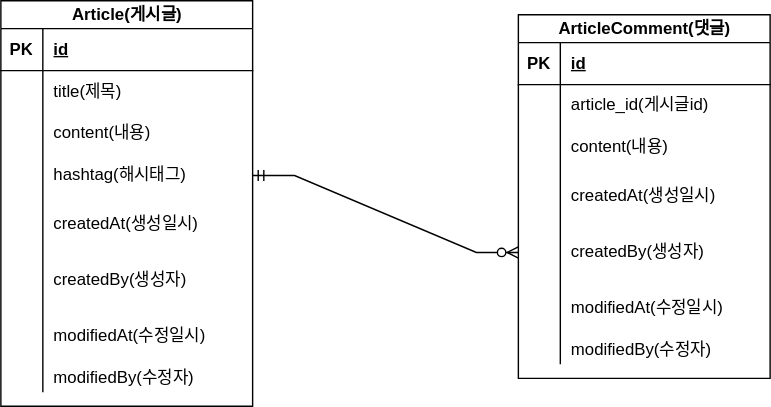
This is project-board-erd.svg from BusanDongHyeon/fastcampus-project-board, a draw.io export, as it was before one commit. Source tidied: cells renumbered, new cells last; positions are measured from the earlier drawing's top-left corner, leaving out a move shared by most shapes.
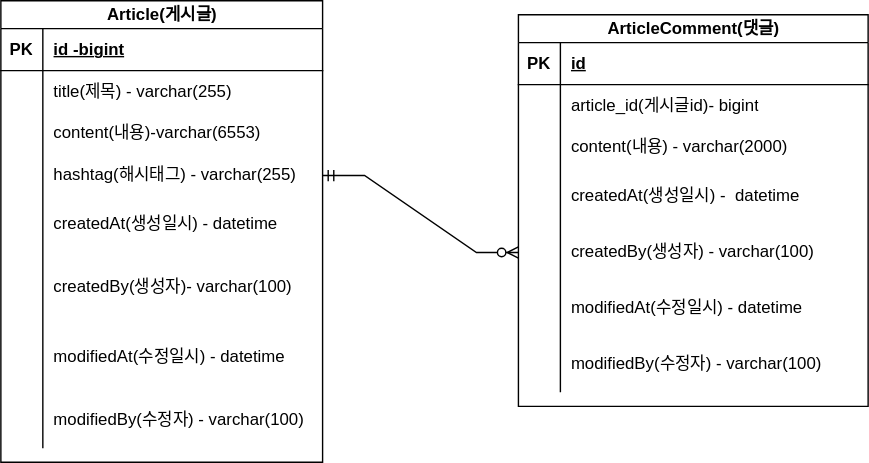
Above is the later version.

What changed in the source:
```diff
@@ -3,145 +3,145 @@
     <mxCell id="0" />
     <mxCell id="1" parent="0" />
     <mxCell id="2" value="Article(게시글)" style="shape=table;startSize=20;rowLines=0;fontStyle=1;align=center;html=1;" parent="1" vertex="1">
-      <mxGeometry width="180" height="290" as="geometry" />
+      <mxGeometry width="230" height="330" as="geometry" />
     </mxCell>
     <mxCell id="3" style="shape=tableRow;horizontal=0;startSize=0;swimlaneHead=0;swimlaneBody=0;fillColor=none;top=0;left=0;right=0;bottom=1;" parent="2" vertex="1">
-      <mxGeometry y="20" width="180" height="30" as="geometry" />
+      <mxGeometry y="20" width="230" height="30" as="geometry" />
     </mxCell>
     <mxCell id="4" value="PK" style="shape=partialRectangle;fillColor=none;top=0;left=0;bottom=0;right=0;fontStyle=1;overflow=hidden;whiteSpace=wrap;html=1;" parent="3" vertex="1">
       <mxGeometry width="30" height="30" as="geometry" />
     </mxCell>
-    <mxCell id="5" value="id" style="shape=partialRectangle;fillColor=none;top=0;left=0;bottom=0;right=0;align=left;spacingLeft=6;fontStyle=5;overflow=hidden;whiteSpace=wrap;html=1;" parent="3" vertex="1">
-      <mxGeometry x="30" width="150" height="30" as="geometry" />
+    <mxCell id="5" value="id -bigint" style="shape=partialRectangle;fillColor=none;top=0;left=0;bottom=0;right=0;align=left;spacingLeft=6;fontStyle=5;overflow=hidden;whiteSpace=wrap;html=1;" parent="3" vertex="1">
+      <mxGeometry x="30" width="200" height="30" as="geometry" />
     </mxCell>
     <mxCell id="6" style="shape=tableRow;horizontal=0;startSize=0;swimlaneHead=0;swimlaneBody=0;fillColor=none;top=0;left=0;right=0;bottom=0;" parent="2" vertex="1">
-      <mxGeometry y="50" width="180" height="30" as="geometry" />
+      <mxGeometry y="50" width="230" height="30" as="geometry" />
     </mxCell>
     <mxCell id="7" style="shape=partialRectangle;fillColor=none;top=0;left=0;bottom=0;right=0;overflow=hidden;whiteSpace=wrap;html=1;" parent="6" vertex="1">
       <mxGeometry width="30" height="30" as="geometry" />
     </mxCell>
-    <mxCell id="8" value="title(제목)" style="shape=partialRectangle;fillColor=none;top=0;left=0;bottom=0;right=0;align=left;spacingLeft=6;overflow=hidden;whiteSpace=wrap;html=1;" parent="6" vertex="1">
-      <mxGeometry x="30" width="150" height="30" as="geometry" />
+    <mxCell id="8" value="title(제목) - varchar(255)" style="shape=partialRectangle;fillColor=none;top=0;left=0;bottom=0;right=0;align=left;spacingLeft=6;overflow=hidden;whiteSpace=wrap;html=1;strokeColor=default;" parent="6" vertex="1">
+      <mxGeometry x="30" width="200" height="30" as="geometry" />
     </mxCell>
     <mxCell id="9" style="shape=tableRow;horizontal=0;startSize=0;swimlaneHead=0;swimlaneBody=0;fillColor=none;top=0;left=0;right=0;bottom=0;" parent="2" vertex="1">
-      <mxGeometry y="80" width="180" height="30" as="geometry" />
+      <mxGeometry y="80" width="230" height="30" as="geometry" />
     </mxCell>
     <mxCell id="10" style="shape=partialRectangle;fillColor=none;top=0;left=0;bottom=0;right=0;overflow=hidden;whiteSpace=wrap;html=1;" parent="9" vertex="1">
       <mxGeometry width="30" height="30" as="geometry" />
     </mxCell>
-    <mxCell id="11" value="content(내용)" style="shape=partialRectangle;fillColor=none;top=0;left=0;bottom=0;right=0;align=left;spacingLeft=6;overflow=hidden;whiteSpace=wrap;html=1;" parent="9" vertex="1">
-      <mxGeometry x="30" width="150" height="30" as="geometry" />
+    <mxCell id="11" value="content(내용)-varchar(6553)" style="shape=partialRectangle;fillColor=none;top=0;left=0;bottom=0;right=0;align=left;spacingLeft=6;overflow=hidden;whiteSpace=wrap;html=1;strokeColor=default;" parent="9" vertex="1">
+      <mxGeometry x="30" width="200" height="30" as="geometry" />
     </mxCell>
     <mxCell id="12" style="shape=tableRow;horizontal=0;startSize=0;swimlaneHead=0;swimlaneBody=0;fillColor=none;points=[[0,0.5],[1,0.5]];portConstraint=eastwest;top=0;left=0;right=0;bottom=0;" parent="2" vertex="1">
-      <mxGeometry y="110" width="180" height="30" as="geometry" />
+      <mxGeometry y="110" width="230" height="30" as="geometry" />
     </mxCell>
     <mxCell id="13" style="shape=partialRectangle;fillColor=none;top=0;left=0;bottom=0;right=0;overflow=hidden;whiteSpace=wrap;html=1;" parent="12" vertex="1">
       <mxGeometry width="30" height="30" as="geometry" />
     </mxCell>
-    <mxCell id="14" value="hashtag(해시태그)" style="shape=partialRectangle;fillColor=none;top=0;left=0;bottom=0;right=0;align=left;spacingLeft=6;overflow=hidden;whiteSpace=wrap;html=1;" parent="12" vertex="1">
-      <mxGeometry x="30" width="150" height="30" as="geometry" />
+    <mxCell id="14" value="hashtag(해시태그) - varchar(255)" style="shape=partialRectangle;fillColor=none;top=0;left=0;bottom=0;right=0;align=left;spacingLeft=6;overflow=hidden;whiteSpace=wrap;html=1;" parent="12" vertex="1">
+      <mxGeometry x="30" width="200" height="30" as="geometry" />
     </mxCell>
     <mxCell id="15" style="shape=tableRow;horizontal=0;startSize=0;swimlaneHead=0;swimlaneBody=0;fillColor=none;top=0;left=0;right=0;bottom=0;" parent="2" vertex="1">
-      <mxGeometry y="140" width="180" height="40" as="geometry" />
+      <mxGeometry y="140" width="230" height="40" as="geometry" />
     </mxCell>
     <mxCell id="16" style="shape=partialRectangle;fillColor=none;top=0;left=0;bottom=0;right=0;overflow=hidden;whiteSpace=wrap;html=1;" parent="15" vertex="1">
       <mxGeometry width="30" height="40" as="geometry" />
     </mxCell>
-    <mxCell id="17" value="createdAt(생성일시)" style="shape=partialRectangle;fillColor=none;top=0;left=0;bottom=0;right=0;align=left;spacingLeft=6;overflow=hidden;whiteSpace=wrap;html=1;" parent="15" vertex="1">
-      <mxGeometry x="30" width="150" height="40" as="geometry" />
+    <mxCell id="17" value="createdAt(생성일시) - datetime" style="shape=partialRectangle;fillColor=none;top=0;left=0;bottom=0;right=0;align=left;spacingLeft=6;overflow=hidden;whiteSpace=wrap;html=1;strokeColor=default;" parent="15" vertex="1">
+      <mxGeometry x="30" width="200" height="40" as="geometry" />
     </mxCell>
     <mxCell id="18" style="shape=tableRow;horizontal=0;startSize=0;swimlaneHead=0;swimlaneBody=0;fillColor=none;top=0;left=0;right=0;bottom=0;" parent="2" vertex="1">
-      <mxGeometry y="180" width="180" height="40" as="geometry" />
+      <mxGeometry y="180" width="230" height="50" as="geometry" />
     </mxCell>
     <mxCell id="19" style="shape=partialRectangle;fillColor=none;top=0;left=0;bottom=0;right=0;overflow=hidden;whiteSpace=wrap;html=1;" parent="18" vertex="1">
-      <mxGeometry width="30" height="40" as="geometry" />
+      <mxGeometry width="30" height="50" as="geometry" />
     </mxCell>
-    <mxCell id="20" value="createdBy(생성자)" style="shape=partialRectangle;fillColor=none;top=0;left=0;bottom=0;right=0;align=left;spacingLeft=6;overflow=hidden;whiteSpace=wrap;html=1;" parent="18" vertex="1">
-      <mxGeometry x="30" width="150" height="40" as="geometry" />
+    <mxCell id="20" value="createdBy(생성자)- varchar(100)" style="shape=partialRectangle;fillColor=none;top=0;left=0;bottom=0;right=0;align=left;spacingLeft=6;overflow=hidden;whiteSpace=wrap;html=1;strokeColor=default;" parent="18" vertex="1">
+      <mxGeometry x="30" width="200" height="50" as="geometry" />
     </mxCell>
     <mxCell id="21" style="shape=tableRow;horizontal=0;startSize=0;swimlaneHead=0;swimlaneBody=0;fillColor=none;top=0;left=0;right=0;bottom=0;" parent="2" vertex="1">
-      <mxGeometry y="220" width="180" height="40" as="geometry" />
+      <mxGeometry y="230" width="230" height="50" as="geometry" />
     </mxCell>
     <mxCell id="22" style="shape=partialRectangle;fillColor=none;top=0;left=0;bottom=0;right=0;overflow=hidden;whiteSpace=wrap;html=1;" parent="21" vertex="1">
-      <mxGeometry width="30" height="40" as="geometry" />
+      <mxGeometry width="30" height="50" as="geometry" />
     </mxCell>
-    <mxCell id="23" value="modifiedAt(수정일시)" style="shape=partialRectangle;fillColor=none;top=0;left=0;bottom=0;right=0;align=left;spacingLeft=6;overflow=hidden;whiteSpace=wrap;html=1;" parent="21" vertex="1">
-      <mxGeometry x="30" width="150" height="40" as="geometry" />
+    <mxCell id="23" value="modifiedAt(수정일시) - datetime" style="shape=partialRectangle;fillColor=none;top=0;left=0;bottom=0;right=0;align=left;spacingLeft=6;overflow=hidden;whiteSpace=wrap;html=1;strokeColor=default;" parent="21" vertex="1">
+      <mxGeometry x="30" width="200" height="50" as="geometry" />
     </mxCell>
     <mxCell id="24" style="shape=tableRow;horizontal=0;startSize=0;swimlaneHead=0;swimlaneBody=0;fillColor=none;top=0;left=0;right=0;bottom=0;" parent="2" vertex="1">
-      <mxGeometry y="260" width="180" height="20" as="geometry" />
+      <mxGeometry y="280" width="230" height="40" as="geometry" />
     </mxCell>
     <mxCell id="25" style="shape=partialRectangle;fillColor=none;top=0;left=0;bottom=0;right=0;overflow=hidden;whiteSpace=wrap;html=1;" parent="24" vertex="1">
-      <mxGeometry width="30" height="20" as="geometry" />
+      <mxGeometry width="30" height="40" as="geometry" />
     </mxCell>
-    <mxCell id="26" value="modifiedBy(수정자)" style="shape=partialRectangle;fillColor=none;top=0;left=0;bottom=0;right=0;align=left;spacingLeft=6;overflow=hidden;whiteSpace=wrap;html=1;" parent="24" vertex="1">
-      <mxGeometry x="30" width="150" height="20" as="geometry" />
+    <mxCell id="26" value="modifiedBy(수정자) - varchar(100)" style="shape=partialRectangle;fillColor=none;top=0;left=0;bottom=0;right=0;align=left;spacingLeft=6;overflow=hidden;whiteSpace=wrap;html=1;strokeColor=default;" parent="24" vertex="1">
+      <mxGeometry x="30" width="200" height="40" as="geometry" />
     </mxCell>
     <mxCell id="27" value="ArticleComment(댓글)" style="shape=table;startSize=20;rowLines=0;fontStyle=1;align=center;html=1;" parent="1" vertex="1">
-      <mxGeometry x="370" y="10" width="180" height="260" as="geometry" />
+      <mxGeometry x="370" y="10" width="250" height="280" as="geometry" />
     </mxCell>
     <mxCell id="28" style="shape=tableRow;horizontal=0;startSize=0;swimlaneHead=0;swimlaneBody=0;fillColor=none;top=0;left=0;right=0;bottom=1;" parent="27" vertex="1">
-      <mxGeometry y="20" width="180" height="30" as="geometry" />
+      <mxGeometry y="20" width="250" height="30" as="geometry" />
     </mxCell>
     <mxCell id="29" value="PK" style="shape=partialRectangle;fillColor=none;top=0;left=0;bottom=0;right=0;fontStyle=1;overflow=hidden;whiteSpace=wrap;html=1;" parent="28" vertex="1">
       <mxGeometry width="30" height="30" as="geometry" />
     </mxCell>
     <mxCell id="30" value="id" style="shape=partialRectangle;fillColor=none;top=0;left=0;bottom=0;right=0;align=left;spacingLeft=6;fontStyle=5;overflow=hidden;whiteSpace=wrap;html=1;" parent="28" vertex="1">
-      <mxGeometry x="30" width="150" height="30" as="geometry" />
+      <mxGeometry x="30" width="220" height="30" as="geometry" />
     </mxCell>
     <mxCell id="31" style="shape=tableRow;horizontal=0;startSize=0;swimlaneHead=0;swimlaneBody=0;fillColor=none;top=0;left=0;right=0;bottom=0;" parent="27" vertex="1">
-      <mxGeometry y="50" width="180" height="30" as="geometry" />
+      <mxGeometry y="50" width="250" height="30" as="geometry" />
     </mxCell>
     <mxCell id="32" style="shape=partialRectangle;fillColor=none;top=0;left=0;bottom=0;right=0;overflow=hidden;whiteSpace=wrap;html=1;" parent="31" vertex="1">
       <mxGeometry width="30" height="30" as="geometry" />
     </mxCell>
-    <mxCell id="33" value="article_id(게시글id)" style="shape=partialRectangle;fillColor=none;top=0;left=0;bottom=0;right=0;align=left;spacingLeft=6;overflow=hidden;whiteSpace=wrap;html=1;" parent="31" vertex="1">
-      <mxGeometry x="30" width="150" height="30" as="geometry" />
+    <mxCell id="33" value="article_id(게시글id)- bigint" style="shape=partialRectangle;fillColor=none;top=0;left=0;bottom=0;right=0;align=left;spacingLeft=6;overflow=hidden;whiteSpace=wrap;html=1;" parent="31" vertex="1">
+      <mxGeometry x="30" width="220" height="30" as="geometry" />
     </mxCell>
     <mxCell id="34" style="shape=tableRow;horizontal=0;startSize=0;swimlaneHead=0;swimlaneBody=0;fillColor=none;top=0;left=0;right=0;bottom=0;" parent="27" vertex="1">
-      <mxGeometry y="80" width="180" height="30" as="geometry" />
+      <mxGeometry y="80" width="250" height="30" as="geometry" />
     </mxCell>
     <mxCell id="35" style="shape=partialRectangle;fillColor=none;top=0;left=0;bottom=0;right=0;overflow=hidden;whiteSpace=wrap;html=1;" parent="34" vertex="1">
       <mxGeometry width="30" height="30" as="geometry" />
     </mxCell>
-    <mxCell id="36" value="content(내용)" style="shape=partialRectangle;fillColor=none;top=0;left=0;bottom=0;right=0;align=left;spacingLeft=6;overflow=hidden;whiteSpace=wrap;html=1;" parent="34" vertex="1">
-      <mxGeometry x="30" width="150" height="30" as="geometry" />
+    <mxCell id="36" value="content(내용) - varchar(2000)" style="shape=partialRectangle;fillColor=none;top=0;left=0;bottom=0;right=0;align=left;spacingLeft=6;overflow=hidden;whiteSpace=wrap;html=1;" parent="34" vertex="1">
+      <mxGeometry x="30" width="220" height="30" as="geometry" />
     </mxCell>
     <mxCell id="37" style="shape=tableRow;horizontal=0;startSize=0;swimlaneHead=0;swimlaneBody=0;fillColor=none;top=0;left=0;right=0;bottom=0;" parent="27" vertex="1">
-      <mxGeometry y="110" width="180" height="40" as="geometry" />
+      <mxGeometry y="110" width="250" height="40" as="geometry" />
     </mxCell>
     <mxCell id="38" style="shape=partialRectangle;fillColor=none;top=0;left=0;bottom=0;right=0;overflow=hidden;whiteSpace=wrap;html=1;" parent="37" vertex="1">
       <mxGeometry width="30" height="40" as="geometry" />
     </mxCell>
-    <mxCell id="39" value="createdAt(생성일시)" style="shape=partialRectangle;fillColor=none;top=0;left=0;bottom=0;right=0;align=left;spacingLeft=6;overflow=hidden;whiteSpace=wrap;html=1;" parent="37" vertex="1">
-      <mxGeometry x="30" width="150" height="40" as="geometry" />
+    <mxCell id="39" value="createdAt(생성일시) -&amp;nbsp;&amp;nbsp;datetime" style="shape=partialRectangle;fillColor=none;top=0;left=0;bottom=0;right=0;align=left;spacingLeft=6;overflow=hidden;whiteSpace=wrap;html=1;" parent="37" vertex="1">
+      <mxGeometry x="30" width="220" height="40" as="geometry" />
     </mxCell>
     <mxCell id="40" style="shape=tableRow;horizontal=0;startSize=0;swimlaneHead=0;swimlaneBody=0;fillColor=none;points=[[0,0.5],[1,0.5]];portConstraint=eastwest;top=0;left=0;right=0;bottom=0;" parent="27" vertex="1">
-      <mxGeometry y="150" width="180" height="40" as="geometry" />
+      <mxGeometry y="150" width="250" height="40" as="geometry" />
     </mxCell>
     <mxCell id="41" style="shape=partialRectangle;fillColor=none;top=0;left=0;bottom=0;right=0;overflow=hidden;whiteSpace=wrap;html=1;" parent="40" vertex="1">
       <mxGeometry width="30" height="40" as="geometry" />
     </mxCell>
-    <mxCell id="42" value="createdBy(생성자)" style="shape=partialRectangle;fillColor=none;top=0;left=0;bottom=0;right=0;align=left;spacingLeft=6;overflow=hidden;whiteSpace=wrap;html=1;" parent="40" vertex="1">
-      <mxGeometry x="30" width="150" height="40" as="geometry" />
+    <mxCell id="42" value="createdBy(생성자) - varchar(100)" style="shape=partialRectangle;fillColor=none;top=0;left=0;bottom=0;right=0;align=left;spacingLeft=6;overflow=hidden;whiteSpace=wrap;html=1;" parent="40" vertex="1">
+      <mxGeometry x="30" width="220" height="40" as="geometry" />
     </mxCell>
     <mxCell id="43" style="shape=tableRow;horizontal=0;startSize=0;swimlaneHead=0;swimlaneBody=0;fillColor=none;top=0;left=0;right=0;bottom=0;" parent="27" vertex="1">
-      <mxGeometry y="190" width="180" height="40" as="geometry" />
+      <mxGeometry y="190" width="250" height="40" as="geometry" />
     </mxCell>
     <mxCell id="44" style="shape=partialRectangle;fillColor=none;top=0;left=0;bottom=0;right=0;overflow=hidden;whiteSpace=wrap;html=1;" parent="43" vertex="1">
       <mxGeometry width="30" height="40" as="geometry" />
     </mxCell>
-    <mxCell id="45" value="modifiedAt(수정일시)" style="shape=partialRectangle;fillColor=none;top=0;left=0;bottom=0;right=0;align=left;spacingLeft=6;overflow=hidden;whiteSpace=wrap;html=1;" parent="43" vertex="1">
-      <mxGeometry x="30" width="150" height="40" as="geometry" />
+    <mxCell id="45" value="modifiedAt(수정일시) - datetime" style="shape=partialRectangle;fillColor=none;top=0;left=0;bottom=0;right=0;align=left;spacingLeft=6;overflow=hidden;whiteSpace=wrap;html=1;" parent="43" vertex="1">
+      <mxGeometry x="30" width="220" height="40" as="geometry" />
     </mxCell>
     <mxCell id="46" style="shape=tableRow;horizontal=0;startSize=0;swimlaneHead=0;swimlaneBody=0;fillColor=none;top=0;left=0;right=0;bottom=0;" parent="27" vertex="1">
-      <mxGeometry y="230" width="180" height="20" as="geometry" />
+      <mxGeometry y="230" width="250" height="40" as="geometry" />
     </mxCell>
     <mxCell id="47" style="shape=partialRectangle;fillColor=none;top=0;left=0;bottom=0;right=0;overflow=hidden;whiteSpace=wrap;html=1;" parent="46" vertex="1">
-      <mxGeometry width="30" height="20" as="geometry" />
+      <mxGeometry width="30" height="40" as="geometry" />
     </mxCell>
-    <mxCell id="48" value="modifiedBy(수정자)" style="shape=partialRectangle;fillColor=none;top=0;left=0;bottom=0;right=0;align=left;spacingLeft=6;overflow=hidden;whiteSpace=wrap;html=1;" parent="46" vertex="1">
-      <mxGeometry x="30" width="150" height="20" as="geometry" />
+    <mxCell id="48" value="modifiedBy(수정자) - varchar(100)" style="shape=partialRectangle;fillColor=none;top=0;left=0;bottom=0;right=0;align=left;spacingLeft=6;overflow=hidden;whiteSpace=wrap;html=1;" parent="46" vertex="1">
+      <mxGeometry x="30" width="220" height="40" as="geometry" />
     </mxCell>
     <mxCell id="49" style="edgeStyle=entityRelationEdgeStyle;fontSize=12;html=1;endArrow=ERzeroToMany;startArrow=ERmandOne;rounded=0;exitX=1;exitY=0.5;exitDx=0;exitDy=0;" parent="1" edge="1" source="12" target="40">
       <mxGeometry relative="1" as="geometry">
```
